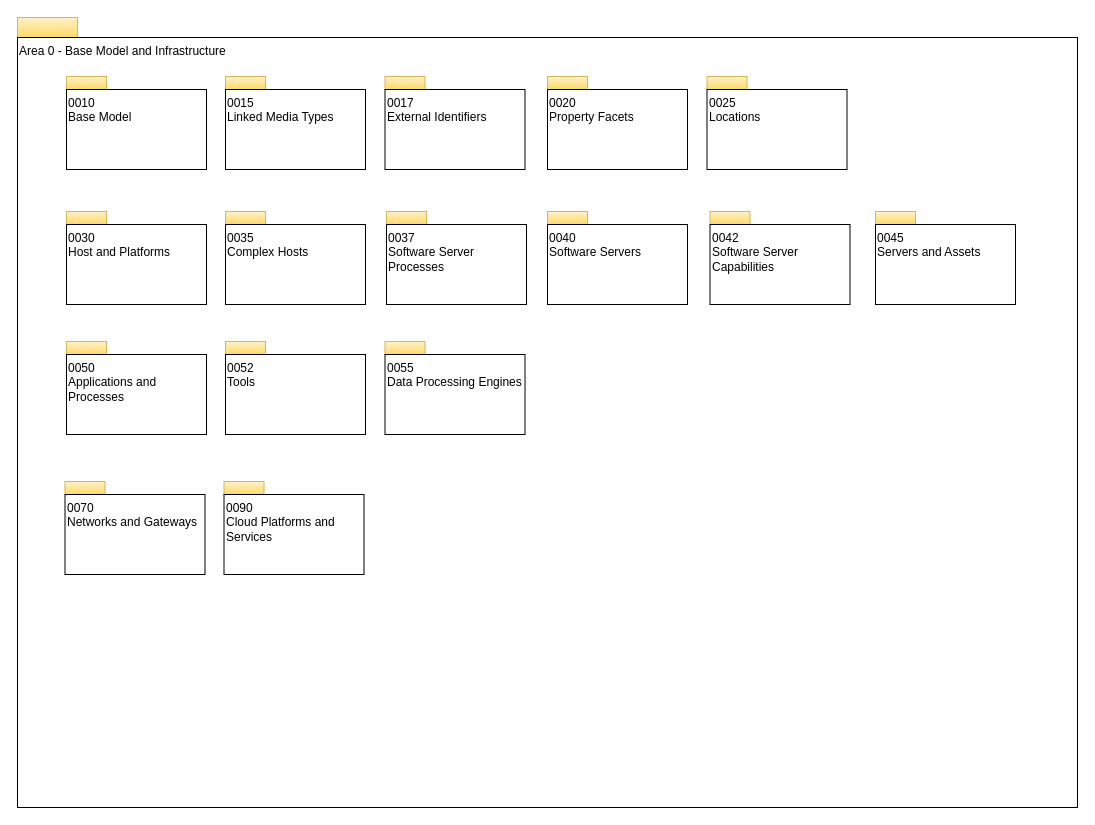
The draw.io diagram page "Overview" (1 of 17) of open-metadata-publication/website/open-metadata-types/area-0-basic-types-and-infrastructure.drawio in planetf1/egeria, before the edit. Source tidied: cells renumbered, new cells numbered last; positions are measured from the earlier drawing's top-left corner, leaving out a move shared by most shapes. Both pictures are drawn from the tidied source at 100%, with x=0, y=0 at pixel (17, 17).
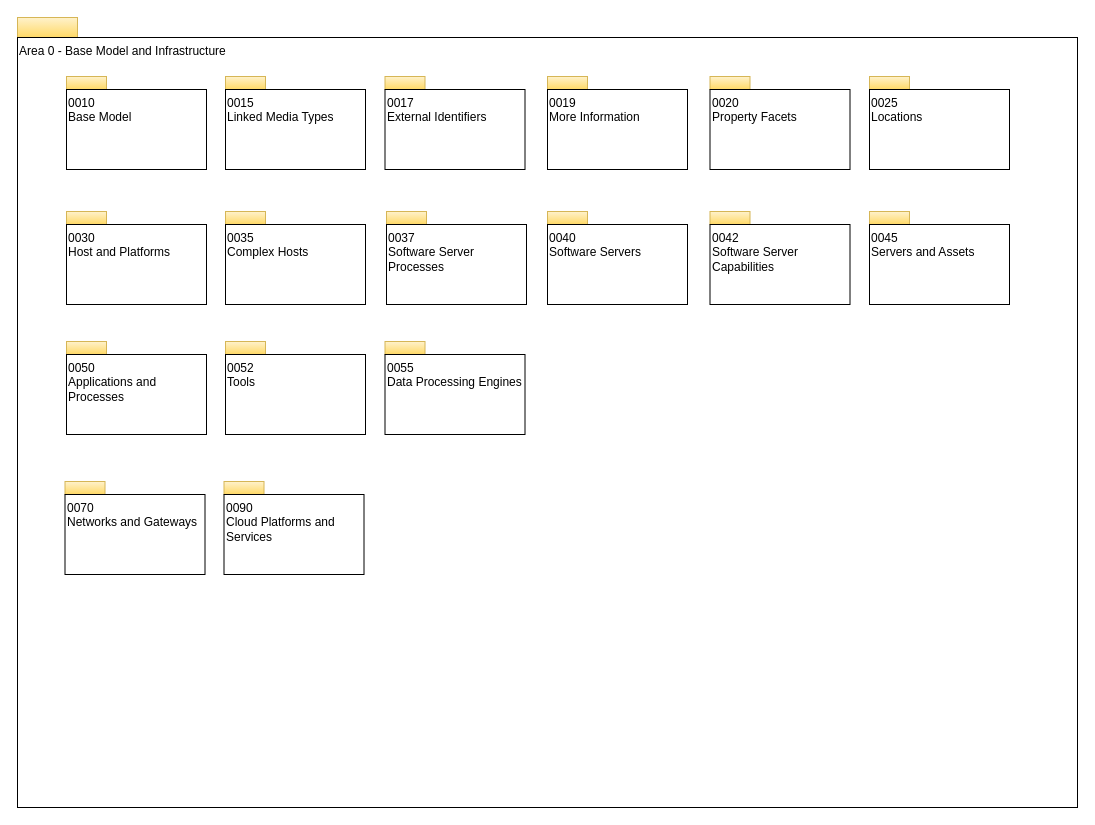
The same diagram, later.

What changed in the source:
```diff
@@
     <mxCell id="10" style="rounded=0;whiteSpace=wrap;html=1;align=left;fillColor=#fff2cc;strokeColor=#d6b656;gradientColor=#ffd966;" parent="1" vertex="1">
-      <mxGeometry x="530" y="59" width="40" height="13" as="geometry" />
+      <mxGeometry x="692.5" y="59" width="40" height="13" as="geometry" />
     </mxCell>
     <mxCell id="11" value="0020&lt;br&gt;Property Facets&lt;br&gt;" style="rounded=0;whiteSpace=wrap;html=1;align=left;verticalAlign=top;" parent="1" vertex="1">
-      <mxGeometry x="530" y="72" width="140" height="80" as="geometry" />
+      <mxGeometry x="692.5" y="72" width="140" height="80" as="geometry" />
     </mxCell>
     <mxCell id="12" style="rounded=0;whiteSpace=wrap;html=1;align=left;fillColor=#fff2cc;strokeColor=#d6b656;gradientColor=#ffd966;" parent="1" vertex="1">
-      <mxGeometry x="689.5" y="59" width="40" height="13" as="geometry" />
+      <mxGeometry x="852" y="59" width="40" height="13" as="geometry" />
     </mxCell>
     <mxCell id="13" value="0025&lt;br&gt;Locations&lt;br&gt;" style="rounded=0;whiteSpace=wrap;html=1;align=left;verticalAlign=top;" parent="1" vertex="1">
-      <mxGeometry x="689.5" y="72" width="140" height="80" as="geometry" />
+      <mxGeometry x="852" y="72" width="140" height="80" as="geometry" />
     </mxCell>
@@
     <mxCell id="34" style="rounded=0;whiteSpace=wrap;html=1;align=left;fillColor=#fff2cc;strokeColor=#d6b656;gradientColor=#ffd966;" parent="1" vertex="1">
-      <mxGeometry x="858" y="194" width="40" height="13" as="geometry" />
+      <mxGeometry x="852" y="194" width="40" height="13" as="geometry" />
     </mxCell>
     <mxCell id="35" value="0045&lt;br&gt;Servers and Assets&lt;br&gt;" style="rounded=0;whiteSpace=wrap;html=1;align=left;verticalAlign=top;" parent="1" vertex="1">
-      <mxGeometry x="858" y="207" width="140" height="80" as="geometry" />
+      <mxGeometry x="852" y="207" width="140" height="80" as="geometry" />
     </mxCell>
+    <mxCell id="36" style="rounded=0;whiteSpace=wrap;html=1;align=left;fillColor=#fff2cc;strokeColor=#d6b656;gradientColor=#ffd966;" parent="1" vertex="1">
+      <mxGeometry x="530" y="59" width="40" height="13" as="geometry" />
+    </mxCell>
+    <mxCell id="37" value="0019&lt;br&gt;More Information" style="rounded=0;whiteSpace=wrap;html=1;align=left;verticalAlign=top;" parent="1" vertex="1">
+      <mxGeometry x="530" y="72" width="140" height="80" as="geometry" />
+    </mxCell>
```
